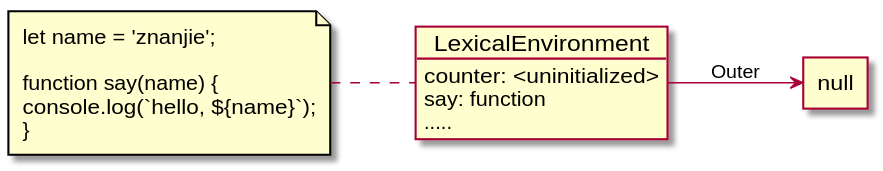
Before: static/svg/LexicalEnvironmentFunction.svg, a diagram exported from PlantUML (znanjie/rerurn-true-to-win).
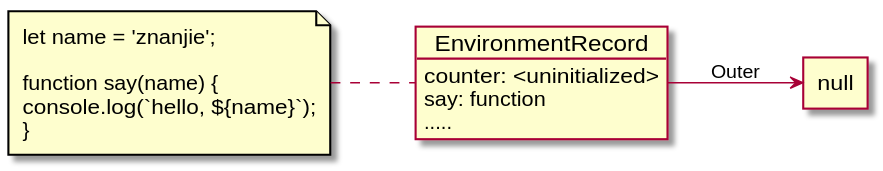
After the commit.

What changed in the source:
```diff
@@ -14,12 +14,12 @@
         console.log(`hello, ${name}`);
     }
 ]
-object LexicalEnvironment
-LexicalEnvironment : counter: <uninitialized>
-LexicalEnvironment : say: function
-LexicalEnvironment : .....
+object EnvironmentRecord
+EnvironmentRecord : counter: <uninitialized>
+EnvironmentRecord : say: function
+EnvironmentRecord : .....
 
 left to right direction
-counter .. LexicalEnvironment
-LexicalEnvironment --> agent: Outer
+counter .. EnvironmentRecord
+EnvironmentRecord --> agent: Outer
 @enduml
```
